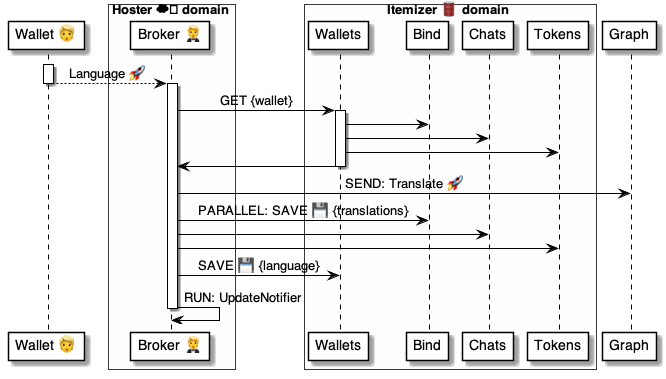
This is 4 ⚙️ Solution/20 🧑‍🦰 UI/Brokers 🤵/🤵🅰️ Broker methods/Wallets 🧑‍🦰 Language 🧑‍🦰🐌🤵/🤵 Language ⚙️ uml.png from pollyweb-org/pollyweb-docs, a PlantUML export, as it was before one commit. Its source is kept beside it as 4 ⚙️ Solution/20 🧑‍🦰 UI/Brokers 🤵/🤵🅰️ Broker methods/Wallets 🧑‍🦰 Language 🧑‍🦰🐌🤵/🤵 Language ⚙️ uml.puml.
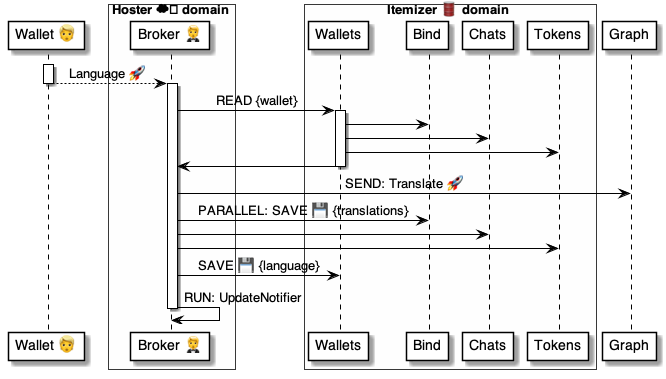
The same diagram one commit later.

The edit, as a diff of the source:
```diff
@@ -21,7 +21,7 @@
 deactivate wallet
 
 activate broker
-    broker -> wallets: GET {wallet}
+    broker -> wallets: READ {wallet}
 
     activate wallets
         wallets -> binds:
```
